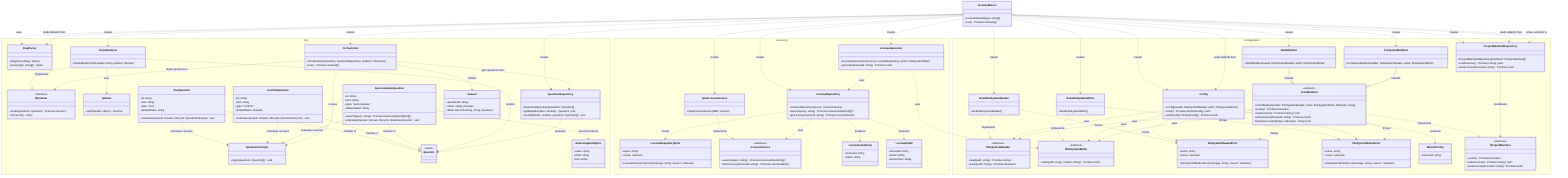
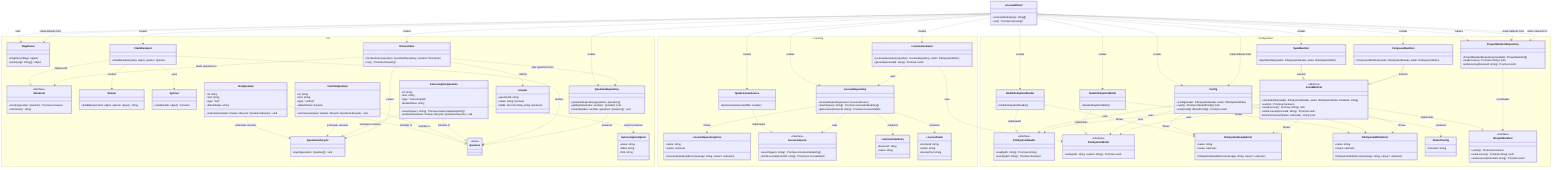
classDiagram
  direction TB

  class LicenseWizard {
    +LicenseWizard(args: string[])
    +run() Promise~Answer[]~
  }

  namespace CLI {
    class FlagParser {
      +FlagParser(flags: object)
      +parse(args: string[]) object
    }

    class Orchestrator {
      +Orchestrator(repository: QuestionRepository, renderer: IRenderer)
      +run() Promise~Answer[]~
    }

    class IRenderer {
      <<interface>>
      +render(question: Question) Promise~Answer~
      +onCancel() string
    }

    class ClackRenderer {
-       +ClackRenderer(introLabel: string, spinner: Spinner)
+       +ClackRenderer(meta: object, spinner: Spinner)
+     }
+ 
+     class Banner {
+       +buildBanner(meta: object, options: object) string
    }

    class Spinner {
      +start(handle: object) Function
    }

    class QuestionRepository {
      +QuestionRepository(questions: Question[])
      +getByIndex(index: number) Question | null
      +insertAt(index: number, questions: Question[]) void
    }

    class QuestionLifecycle {
      +inject(questions: Question[]) void
    }

    class Question {
      <<union>>
    }

    class TextQuestion {
      +id: string
      +text: string
      +type: "text"
      +defaultValue: string
      +onAnswer(answer: Answer, lifecycle: QuestionLifecycle) void
    }

    class ConfirmQuestion {
      +id: string
      +text: string
      +type: "confirm"
      +defaultValue: boolean
      +onAnswer(answer: Answer, lifecycle: QuestionLifecycle) void
    }

    class AutocompleteQuestion {
      +id: string
      +text: string
      +type: "autocomplete"
      +defaultValue: string
      +search(query: string) Promise~AutocompleteOption[]~
      +onAnswer(answer: Answer, lifecycle: QuestionLifecycle) void
    }

    class AutocompleteOption {
      +value: string
      +label: string
      +hint: string
    }

    class Answer {
      +questionId: string
      +value: string | boolean
      +fields: Record~string, string | boolean~
    }
  }

  namespace Licensing {
    class LicenseRepository {
      +LicenseRepository(source: ILicenseSource)
      +search(query: string) Promise~LicenseIndexEntry[]~
      +getLicense(licenseId: string) Promise~LicenseDetail~
    }

    class LicenseRepositoryError {
      +name: string
      +cause: unknown
      +LicenseRepositoryError(message: string, cause?: unknown)
    }

    class ILicenseSource {
      <<interface>>
      +search(query: string) Promise~LicenseIndexEntry[]~
      +fetchLicense(licenseId: string) Promise~LicenseDetail~
    }

    class SpdxLicenseSource {
      +SpdxLicenseSource(ttlMs: number)
    }

    class LicenseIndexEntry {
      +licenseId: string
      +name: string
    }

    class LicenseDetail {
      +licenseId: string
      +name: string
      +licenseText: string
    }

    class LicenseGenerator {
      +LicenseGenerator(repository: LicenseRepository, writer: IFileSystemWriter)
      +generate(licenseId: string) Promise~void~
    }
  }

  namespace Configuration {
    class IFileSystemReader {
      <<interface>>
      +read(path: string) Promise~string~
      +exists(path: string) Promise~boolean~
    }

    class IFileSystemWriter {
      <<interface>>
      +write(path: string, content: string) Promise~void~
    }

    class NodeFileSystemReader {
      +NodeFileSystemReader()
    }

    class NodeFileSystemWriter {
      +NodeFileSystemWriter()
    }

    class FileSystemReaderError {
      +name: string
      +cause: unknown
      +FileSystemReaderError(message: string, cause?: unknown)
    }

    class FileSystemWriterError {
      +name: string
      +cause: unknown
      +FileSystemWriterError(message: string, cause?: unknown)
    }

    class WizardConfig {
      +licenseId: string
    }

    class Config {
      +Config(reader: IFileSystemReader, writer: IFileSystemWriter)
      +read() Promise~WizardConfig | null~
      +write(config: WizardConfig) Promise~void~
    }

    class IProjectManifest {
      <<interface>>
      +exists() Promise~boolean~
      +readLicense() Promise~string | null~
      +writeLicense(licenseId: string) Promise~void~
    }

    class JsonManifest {
      <<abstract>>
      +JsonManifest(reader: IFileSystemReader, writer: IFileSystemWriter, fileName: string)
      +exists() Promise~boolean~
      +readLicense() Promise~string | null~
      +writeLicense(licenseId: string) Promise~void~
      #extractLicenseId(value: unknown)* string | null
    }

    class NpmManifest {
      +NpmManifest(reader: IFileSystemReader, writer: IFileSystemWriter)
    }

    class ComposerManifest {
      +ComposerManifest(reader: IFileSystemReader, writer: IFileSystemWriter)
    }

    class ProjectManifestRepository {
      +ProjectManifestRepository(manifests: IProjectManifest[])
      +readLicense() Promise~string | null~
      +writeLicense(licenseId: string) Promise~void~
    }
  }

  TextQuestion ..|> Question : member of
  ConfirmQuestion ..|> Question : member of
  AutocompleteQuestion ..|> Question : member of
  TextQuestion ..> QuestionLifecycle : onAnswer receives
  ConfirmQuestion ..> QuestionLifecycle : onAnswer receives
  AutocompleteQuestion ..> QuestionLifecycle : onAnswer receives
  Orchestrator ..> QuestionLifecycle : creates
  ClackRenderer ..|> IRenderer : implements
  ClackRenderer ..> Spinner : uses
+   ClackRenderer ..> Banner : renders
  LicenseWizard ..> FlagParser : uses
  LicenseWizard ..> FlagParser : reads defaults from
  LicenseWizard ..> QuestionRepository : creates
  LicenseWizard ..> ClackRenderer : creates
  LicenseWizard ..> Orchestrator : creates
  LicenseWizard ..> SpdxLicenseSource : creates
  LicenseWizard ..> LicenseRepository : creates
  LicenseWizard ..> LicenseGenerator : creates
  Orchestrator ..> QuestionRepository : gets questions from
  Orchestrator ..> IRenderer : feeds questions to
  ClackRenderer ..> Question : renders
  QuestionRepository ..> Question : produces
  AutocompleteQuestion ..> AutocompleteOption : search produces
  Orchestrator ..> Answer : collects
  SpdxLicenseSource ..|> ILicenseSource : implements
  LicenseRepository ..> ILicenseSource : uses
  LicenseRepository ..> LicenseIndexEntry : produces
  LicenseRepository ..> LicenseDetail : produces
  LicenseRepository ..> LicenseRepositoryError : throws
  LicenseGenerator ..> LicenseRepository : uses
  LicenseGenerator ..> IFileSystemWriter : uses
  NodeFileSystemReader ..|> IFileSystemReader : implements
  NodeFileSystemWriter ..|> IFileSystemWriter : implements
  NodeFileSystemReader ..> FileSystemReaderError : throws
  NodeFileSystemWriter ..> FileSystemWriterError : throws
  Config ..> IFileSystemReader : uses
  Config ..> IFileSystemWriter : uses
  Config ..> WizardConfig : produces
  Config ..> FileSystemReaderError : throws
  Config ..> FileSystemWriterError : throws
  JsonManifest ..|> IProjectManifest : implements
  NpmManifest --|> JsonManifest : extends
  ComposerManifest --|> JsonManifest : extends
  JsonManifest ..> IFileSystemReader : uses
  JsonManifest ..> IFileSystemWriter : uses
  JsonManifest ..> FileSystemReaderError : throws
  JsonManifest ..> FileSystemWriterError : throws
  ProjectManifestRepository ..> IProjectManifest : coordinates
  LicenseWizard ..> NodeFileSystemReader : creates
  LicenseWizard ..> NodeFileSystemWriter : creates
  LicenseWizard ..> Config : creates
  LicenseWizard ..> Config : reads defaults from
  LicenseWizard ..> NpmManifest : creates
  LicenseWizard ..> ComposerManifest : creates
  LicenseWizard ..> ProjectManifestRepository : creates
  LicenseWizard ..> ProjectManifestRepository : reads defaults from
  LicenseWizard ..> ProjectManifestRepository : writes selection to
